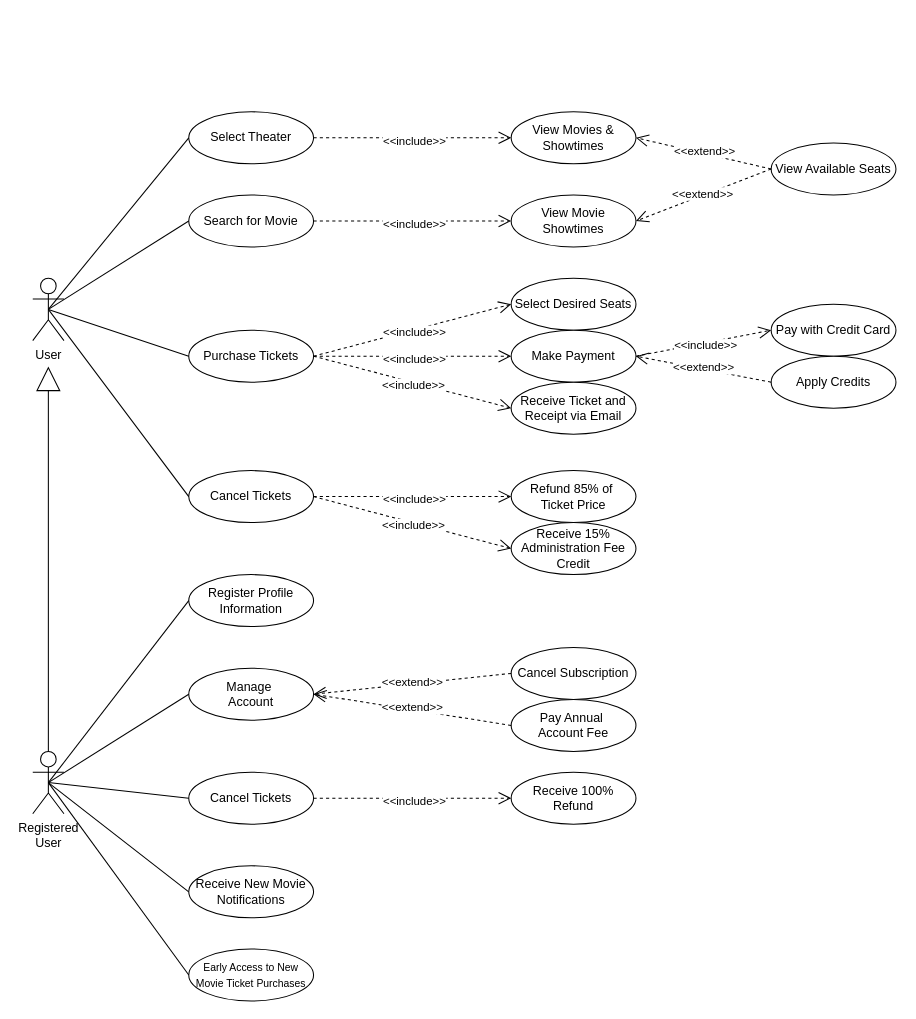
This is Use Case.drawio from AcmePlexApp/documents, a draw.io file, before an edit. Source tidied: cells renumbered, new cells numbered last; positions are measured from the earlier drawing's top-left corner, leaving out a move shared by most shapes. Both pictures are drawn from the tidied source at 104%, with x=0, y=0 at pixel (32, 111).
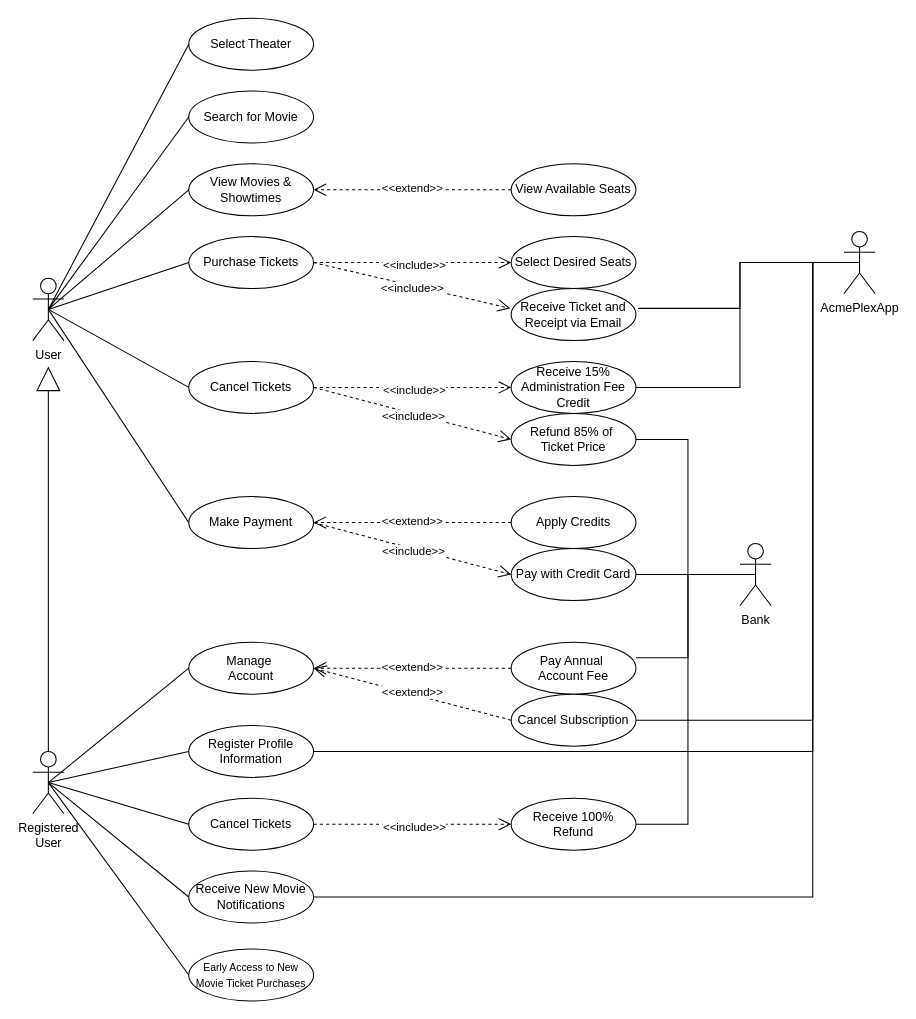
The same diagram, later.

The change refers to these unchanged cells:
```xml
<mxCell id="3" value="User" style="shape=umlActor;verticalLabelPosition=bottom;verticalAlign=top;html=1;outlineConnect=0;" parent="1" vertex="1">
  <mxGeometry y="160" width="30" height="60" as="geometry" />
</mxCell>
<mxCell id="60" style="endArrow=open;dashed=1;html=1;rounded=0;exitX=0;exitY=0.5;exitDx=0;exitDy=0;entryX=1;entryY=0.5;entryDx=0;entryDy=0;startArrow=none;startFill=0;endFill=0;endSize=10;" parent="1" edge="1" source="8" target="7">
  <mxGeometry relative="1" as="geometry" />
</mxCell>
```

What changed in the source:
```diff
@@
     <mxCell id="5" value="Search for Movie" style="ellipse;whiteSpace=wrap;" parent="1" vertex="1">
-      <mxGeometry x="150" y="80" width="120" height="50" as="geometry" />
+      <mxGeometry x="150" y="-20" width="120" height="50" as="geometry" />
     </mxCell>
     <mxCell id="6" value="Select Theater" style="ellipse;whiteSpace=wrap;html=1;" parent="1" vertex="1">
-      <mxGeometry x="150" width="120" height="50" as="geometry" />
+      <mxGeometry x="150" y="-90" width="120" height="50" as="geometry" />
     </mxCell>
-    <mxCell id="7" value="View Movies &amp;amp; Showtimes" style="ellipse;whiteSpace=wrap;html=1;" parent="1" vertex="1">
-      <mxGeometry x="460" width="120" height="50" as="geometry" />
-    </mxCell>
     <mxCell id="8" value="View Available Seats" style="ellipse;whiteSpace=wrap;" parent="1" vertex="1">
-      <mxGeometry x="710" y="30" width="120" height="50" as="geometry" />
+      <mxGeometry x="460" y="50" width="120" height="50" as="geometry" />
     </mxCell>
     <mxCell id="9" value="Register Profile Information" style="ellipse;whiteSpace=wrap;html=1;" parent="1" vertex="1">
-      <mxGeometry x="150" y="445" width="120" height="50" as="geometry" />
+      <mxGeometry x="150" y="590" width="120" height="50" as="geometry" />
     </mxCell>
     <mxCell id="10" value="Pay Annual&amp;nbsp;&lt;div&gt;Account Fee&lt;/div&gt;" style="ellipse;whiteSpace=wrap;html=1;" parent="1" vertex="1">
-      <mxGeometry x="460" y="565" width="120" height="50" as="geometry" />
+      <mxGeometry x="460" y="510" width="120" height="50" as="geometry" />
     </mxCell>
     <mxCell id="11" value="Cancel Subscription" style="ellipse;whiteSpace=wrap;html=1;" parent="1" vertex="1">
-      <mxGeometry x="460" y="515" width="120" height="50" as="geometry" />
+      <mxGeometry x="460" y="560" width="120" height="50" as="geometry" />
     </mxCell>
-    <mxCell id="12" value="View Movie Showtimes" style="ellipse;whiteSpace=wrap;html=1;" parent="1" vertex="1">
-      <mxGeometry x="460" y="80" width="120" height="50" as="geometry" />
-    </mxCell>
     <mxCell id="13" value="Purchase Tickets" style="ellipse;whiteSpace=wrap;html=1;" parent="1" vertex="1">
-      <mxGeometry x="150" y="210" width="120" height="50" as="geometry" />
+      <mxGeometry x="150" y="120" width="120" height="50" as="geometry" />
     </mxCell>
     <mxCell id="14" value="Manage&amp;nbsp;&lt;div&gt;Account&lt;/div&gt;" style="ellipse;whiteSpace=wrap;html=1;" parent="1" vertex="1">
-      <mxGeometry x="150" y="535" width="120" height="50" as="geometry" />
+      <mxGeometry x="150" y="510" width="120" height="50" as="geometry" />
     </mxCell>
     <mxCell id="15" value="Pay with Credit Card" style="ellipse;whiteSpace=wrap;html=1;" parent="1" vertex="1">
-      <mxGeometry x="710" y="185" width="120" height="50" as="geometry" />
+      <mxGeometry x="460" y="420" width="120" height="50" as="geometry" />
     </mxCell>
     <mxCell id="16" value="Apply Credits" style="ellipse;whiteSpace=wrap;html=1;" parent="1" vertex="1">
-      <mxGeometry x="710" y="235" width="120" height="50" as="geometry" />
+      <mxGeometry x="460" y="370" width="120" height="50" as="geometry" />
     </mxCell>
     <mxCell id="17" value="Select Desired Seats" style="ellipse;whiteSpace=wrap;" parent="1" vertex="1">
-      <mxGeometry x="460" y="160" width="120" height="50" as="geometry" />
+      <mxGeometry x="460" y="120" width="120" height="50" as="geometry" />
     </mxCell>
-    <mxCell id="18" value="Make Payment" style="ellipse;whiteSpace=wrap;" parent="1" vertex="1">
-      <mxGeometry x="460" y="210" width="120" height="50" as="geometry" />
-    </mxCell>
-    <mxCell id="19" value="Receive Ticket and Receipt via Email" style="ellipse;whiteSpace=wrap;html=1;" parent="1" vertex="1">
-      <mxGeometry x="460" y="260" width="120" height="50" as="geometry" />
-    </mxCell>
     <mxCell id="20" value="Cancel Tickets" style="ellipse;whiteSpace=wrap;html=1;" parent="1" vertex="1">
-      <mxGeometry x="150" y="345" width="120" height="50" as="geometry" />
+      <mxGeometry x="150" y="240" width="120" height="50" as="geometry" />
     </mxCell>
     <mxCell id="21" value="Receive New Movie Notifications" style="ellipse;whiteSpace=wrap;html=1;" parent="1" vertex="1">
-      <mxGeometry x="150" y="725" width="120" height="50" as="geometry" />
+      <mxGeometry x="150" y="730" width="120" height="50" as="geometry" />
     </mxCell>
     <mxCell id="22" value="Refund 85% of&amp;nbsp;&lt;div&gt;Ticket Price&lt;/div&gt;" style="ellipse;whiteSpace=wrap;html=1;" parent="1" vertex="1">
-      <mxGeometry x="460" y="345" width="120" height="50" as="geometry" />
+      <mxGeometry x="460" y="290" width="120" height="50" as="geometry" />
     </mxCell>
     <mxCell id="23" value="Receive 15% Administration Fee Credit" style="ellipse;whiteSpace=wrap;html=1;" parent="1" vertex="1">
-      <mxGeometry x="460" y="395" width="120" height="50" as="geometry" />
+      <mxGeometry x="460" y="240" width="120" height="50" as="geometry" />
     </mxCell>
     <mxCell id="24" value="Cancel Tickets" style="ellipse;whiteSpace=wrap;html=1;" parent="1" vertex="1">
-      <mxGeometry x="150" y="635" width="120" height="50" as="geometry" />
+      <mxGeometry x="150" y="660" width="120" height="50" as="geometry" />
     </mxCell>
     <mxCell id="25" value="Receive 100% Refund" style="ellipse;whiteSpace=wrap;html=1;" parent="1" vertex="1">
-      <mxGeometry x="460" y="635" width="120" height="50" as="geometry" />
+      <mxGeometry x="460" y="660" width="120" height="50" as="geometry" />
     </mxCell>
@@
-    <mxCell id="36" style="endArrow=open;dashed=1;html=1;rounded=0;exitX=1;exitY=0.5;exitDx=0;exitDy=0;entryX=0;entryY=0.5;entryDx=0;entryDy=0;startArrow=none;startFill=0;endFill=0;endSize=10;" parent="1" edge="1" source="6" target="7">
-      <mxGeometry relative="1" as="geometry" />
-    </mxCell>
-    <mxCell id="37" value="&amp;lt;&amp;lt;include&amp;gt;&amp;gt;" style="edgeLabel;html=1;align=center;verticalAlign=middle;" parent="36" vertex="1">
-      <mxGeometry x="0.01" y="-2" relative="1" as="geometry" />
-    </mxCell>
-    <mxCell id="38" style="endArrow=open;dashed=1;html=1;rounded=0;exitX=1;exitY=0.5;exitDx=0;exitDy=0;entryX=0;entryY=0.5;entryDx=0;entryDy=0;startArrow=none;startFill=0;endFill=0;endSize=10;" parent="1" edge="1" source="5" target="12">
-      <mxGeometry relative="1" as="geometry" />
-    </mxCell>
-    <mxCell id="39" value="&amp;lt;&amp;lt;include&amp;gt;&amp;gt;" style="edgeLabel;html=1;align=center;verticalAlign=middle;" parent="38" vertex="1">
-      <mxGeometry x="0.01" y="-2" relative="1" as="geometry" />
-    </mxCell>
@@
-    <mxCell id="42" style="endArrow=open;dashed=1;html=1;rounded=0;exitX=1;exitY=0.5;exitDx=0;exitDy=0;entryX=0;entryY=0.5;entryDx=0;entryDy=0;startArrow=none;startFill=0;endFill=0;endSize=10;" parent="1" edge="1" source="13" target="18">
-      <mxGeometry relative="1" as="geometry" />
-    </mxCell>
-    <mxCell id="43" value="&amp;lt;&amp;lt;include&amp;gt;&amp;gt;" style="edgeLabel;html=1;align=center;verticalAlign=middle;" parent="42" vertex="1">
-      <mxGeometry x="0.01" y="-2" relative="1" as="geometry" />
-    </mxCell>
-    <mxCell id="44" style="endArrow=open;dashed=1;html=1;rounded=0;exitX=1;exitY=0.5;exitDx=0;exitDy=0;entryX=0;entryY=0.5;entryDx=0;entryDy=0;startArrow=none;startFill=0;endFill=0;endSize=10;" parent="1" edge="1" source="13" target="19">
-      <mxGeometry relative="1" as="geometry" />
-    </mxCell>
-    <mxCell id="45" value="&amp;lt;&amp;lt;include&amp;gt;&amp;gt;" style="edgeLabel;html=1;align=center;verticalAlign=middle;" parent="44" vertex="1">
-      <mxGeometry x="0.01" y="-2" relative="1" as="geometry" />
-    </mxCell>
@@
+    <mxCell id="7" value="View Movies &amp;amp; Showtimes" style="ellipse;whiteSpace=wrap;html=1;" parent="1" vertex="1">
+      <mxGeometry x="150" y="50" width="120" height="50" as="geometry" />
+    </mxCell>
+    <mxCell id="64" style="endArrow=none;html=1;rounded=0;exitX=0.5;exitY=0.5;exitDx=0;exitDy=0;exitPerimeter=0;entryX=0;entryY=0.5;entryDx=0;entryDy=0;" parent="1" edge="1" source="3" target="7">
+      <mxGeometry relative="1" as="geometry" />
+    </mxCell>
@@
-    <mxCell id="61" value="&amp;lt;&amp;lt;extend&amp;gt;&amp;gt;" style="edgeLabel;html=1;align=center;verticalAlign=middle;" parent="60" vertex="1">
-      <mxGeometry x="0.01" y="-2" relative="1" as="geometry" />
-    </mxCell>
-    <mxCell id="62" style="endArrow=open;dashed=1;html=1;rounded=0;exitX=0;exitY=0.5;exitDx=0;exitDy=0;entryX=1;entryY=0.5;entryDx=0;entryDy=0;startArrow=none;startFill=0;endFill=0;endSize=10;" parent="1" edge="1" source="8" target="12">
-      <mxGeometry relative="1" as="geometry" />
-    </mxCell>
-    <mxCell id="63" value="&amp;lt;&amp;lt;extend&amp;gt;&amp;gt;" style="edgeLabel;html=1;align=center;verticalAlign=middle;" parent="62" vertex="1">
-      <mxGeometry x="0.01" y="-2" relative="1" as="geometry" />
-    </mxCell>
+    <mxCell id="65" value="&amp;lt;&amp;lt;extend&amp;gt;&amp;gt;" style="edgeLabel;html=1;align=center;verticalAlign=middle;" parent="60" vertex="1">
+      <mxGeometry x="0.01" y="-2" relative="1" as="geometry" />
+    </mxCell>
+    <mxCell id="18" value="Make Payment" style="ellipse;whiteSpace=wrap;" parent="1" vertex="1">
+      <mxGeometry x="150" y="370" width="120" height="50" as="geometry" />
+    </mxCell>
+    <mxCell id="66" style="endArrow=none;html=1;rounded=0;exitX=0.5;exitY=0.5;exitDx=0;exitDy=0;exitPerimeter=0;entryX=0;entryY=0.5;entryDx=0;entryDy=0;" parent="1" edge="1" source="3" target="18">
+      <mxGeometry relative="1" as="geometry" />
+    </mxCell>
+    <mxCell id="19" value="Receive Ticket and Receipt via Email" style="ellipse;whiteSpace=wrap;html=1;" parent="1" vertex="1">
+      <mxGeometry x="460" y="170" width="120" height="50" as="geometry" />
+    </mxCell>
+    <mxCell id="44" style="endArrow=open;dashed=1;html=1;rounded=0;exitX=1;exitY=0.5;exitDx=0;exitDy=0;entryX=-0.008;entryY=0.38;entryDx=0;entryDy=0;startArrow=none;startFill=0;endFill=0;endSize=10;entryPerimeter=0;" parent="1" edge="1" source="13" target="19">
+      <mxGeometry relative="1" as="geometry" />
+    </mxCell>
+    <mxCell id="67" value="&amp;lt;&amp;lt;include&amp;gt;&amp;gt;" style="edgeLabel;html=1;align=center;verticalAlign=middle;" parent="44" vertex="1">
+      <mxGeometry x="0.01" y="-2" relative="1" as="geometry" />
+    </mxCell>
+    <mxCell id="68" style="edgeStyle=orthogonalEdgeStyle;rounded=0;jettySize=auto;html=1;exitX=0.5;exitY=0.5;exitDx=0;exitDy=0;exitPerimeter=0;entryX=1;entryY=0.5;entryDx=0;entryDy=0;endArrow=none;endFill=0;" parent="1" edge="1" source="69" target="15">
+      <mxGeometry relative="1" as="geometry" />
+    </mxCell>
+    <mxCell id="69" value="Bank" style="shape=umlActor;verticalLabelPosition=bottom;verticalAlign=top;html=1;outlineConnect=0;" parent="1" vertex="1">
+      <mxGeometry x="680" y="415" width="30" height="60" as="geometry" />
+    </mxCell>
+    <mxCell id="70" style="edgeStyle=orthogonalEdgeStyle;rounded=0;jettySize=auto;html=1;exitX=0.5;exitY=0.5;exitDx=0;exitDy=0;exitPerimeter=0;entryX=1;entryY=0.3;entryDx=0;entryDy=0;endArrow=none;endFill=0;entryPerimeter=0;" parent="1" edge="1" source="69" target="10">
+      <mxGeometry relative="1" as="geometry" />
+    </mxCell>
+    <mxCell id="71" style="edgeStyle=orthogonalEdgeStyle;rounded=0;jettySize=auto;html=1;exitX=0.5;exitY=0.5;exitDx=0;exitDy=0;exitPerimeter=0;entryX=1;entryY=0.5;entryDx=0;entryDy=0;endArrow=none;endFill=0;" parent="1" edge="1" source="69" target="22">
+      <mxGeometry relative="1" as="geometry" />
+    </mxCell>
+    <mxCell id="72" style="edgeStyle=orthogonalEdgeStyle;rounded=0;jettySize=auto;html=1;exitX=0.5;exitY=0.5;exitDx=0;exitDy=0;exitPerimeter=0;entryX=1;entryY=0.5;entryDx=0;entryDy=0;endArrow=none;endFill=0;" parent="1" edge="1" source="69" target="25">
+      <mxGeometry relative="1" as="geometry" />
+    </mxCell>
+    <mxCell id="73" value="AcmePlexApp" style="shape=umlActor;verticalLabelPosition=bottom;verticalAlign=top;html=1;outlineConnect=0;" parent="1" vertex="1">
+      <mxGeometry x="780" y="115" width="30" height="60" as="geometry" />
+    </mxCell>
+    <mxCell id="74" style="edgeStyle=orthogonalEdgeStyle;rounded=0;jettySize=auto;html=1;exitX=0.5;exitY=0.5;exitDx=0;exitDy=0;exitPerimeter=0;entryX=1;entryY=0.5;entryDx=0;entryDy=0;endArrow=none;endFill=0;" parent="1" edge="1" source="73" target="23">
+      <mxGeometry relative="1" as="geometry" />
+    </mxCell>
+    <mxCell id="75" style="edgeStyle=orthogonalEdgeStyle;rounded=0;jettySize=auto;html=1;exitX=0.5;exitY=0.5;exitDx=0;exitDy=0;exitPerimeter=0;entryX=1.017;entryY=0.38;entryDx=0;entryDy=0;endArrow=none;endFill=0;entryPerimeter=0;" parent="1" edge="1" source="73" target="19">
+      <mxGeometry relative="1" as="geometry" />
+    </mxCell>
+    <mxCell id="76" style="edgeStyle=orthogonalEdgeStyle;rounded=0;jettySize=auto;html=1;exitX=0.5;exitY=0.5;exitDx=0;exitDy=0;exitPerimeter=0;entryX=1;entryY=0.5;entryDx=0;entryDy=0;endArrow=none;endFill=0;" parent="1" edge="1" source="73" target="21">
+      <mxGeometry relative="1" as="geometry">
+        <Array as="points">
+          <mxPoint x="750" y="145" />
+          <mxPoint x="750" y="755" />
+        </Array>
+      </mxGeometry>
+    </mxCell>
+    <mxCell id="77" style="edgeStyle=orthogonalEdgeStyle;rounded=0;jettySize=auto;html=1;exitX=0.5;exitY=0.5;exitDx=0;exitDy=0;exitPerimeter=0;entryX=1;entryY=0.5;entryDx=0;entryDy=0;endArrow=none;endFill=0;" parent="1" edge="1" source="73" target="11">
+      <mxGeometry relative="1" as="geometry">
+        <Array as="points">
+          <mxPoint x="750" y="145" />
+          <mxPoint x="750" y="585" />
+        </Array>
+      </mxGeometry>
+    </mxCell>
+    <mxCell id="78" style="edgeStyle=orthogonalEdgeStyle;rounded=0;jettySize=auto;html=1;exitX=0.5;exitY=0.5;exitDx=0;exitDy=0;exitPerimeter=0;entryX=1;entryY=0.5;entryDx=0;entryDy=0;endArrow=none;endFill=0;" parent="1" edge="1" source="73" target="9">
+      <mxGeometry relative="1" as="geometry">
+        <Array as="points">
+          <mxPoint x="750" y="145" />
+          <mxPoint x="750" y="615" />
+        </Array>
+      </mxGeometry>
+    </mxCell>
```
